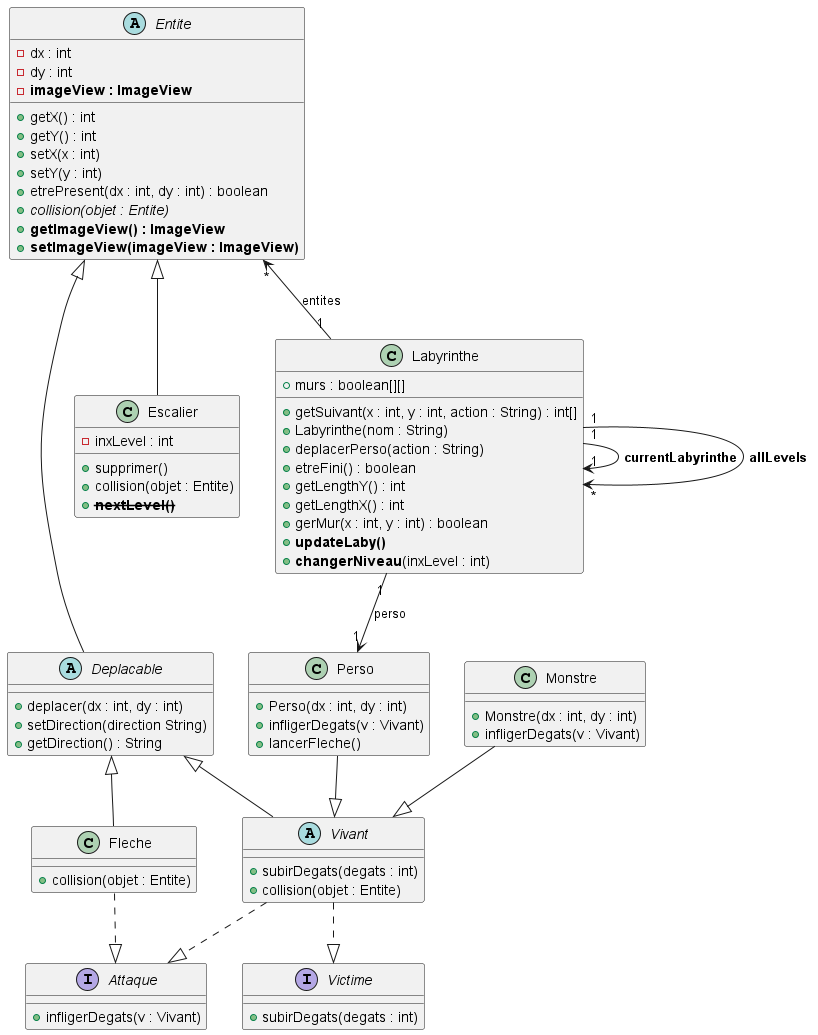
remi-choffat/2024_Zeldiablo_remi-choffat_Cesareuh_katrinltvnv keeps this PlantUML diagram as documents/version_3/diag_classe_v3_final.png. Above is the earlier version.
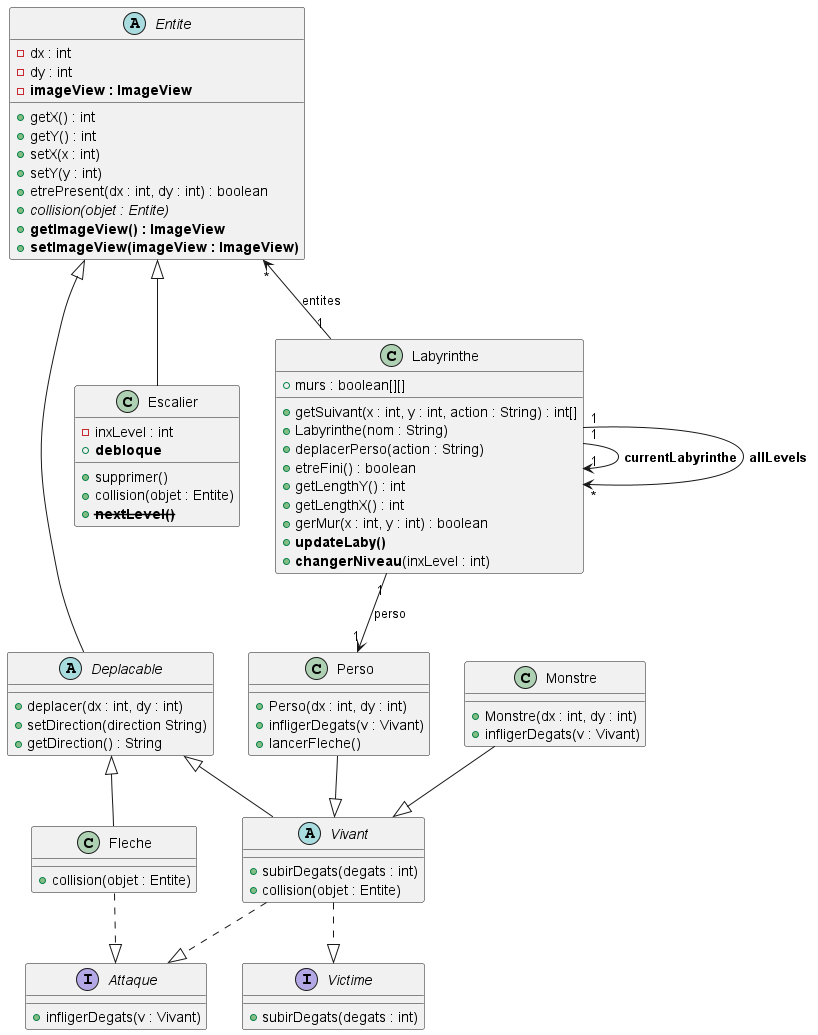
Above is the later version.

Commit message:
Gestion de la mort de tous les monstres et Diagrammes

What changed in the source:
```diff
@@ -50,6 +50,7 @@
 
 class Escalier{
 -inxLevel : int
++<b>debloque</b>
 +supprimer()
 +collision(objet : Entite)
 +<b><s>nextLevel()</s></b>
```
